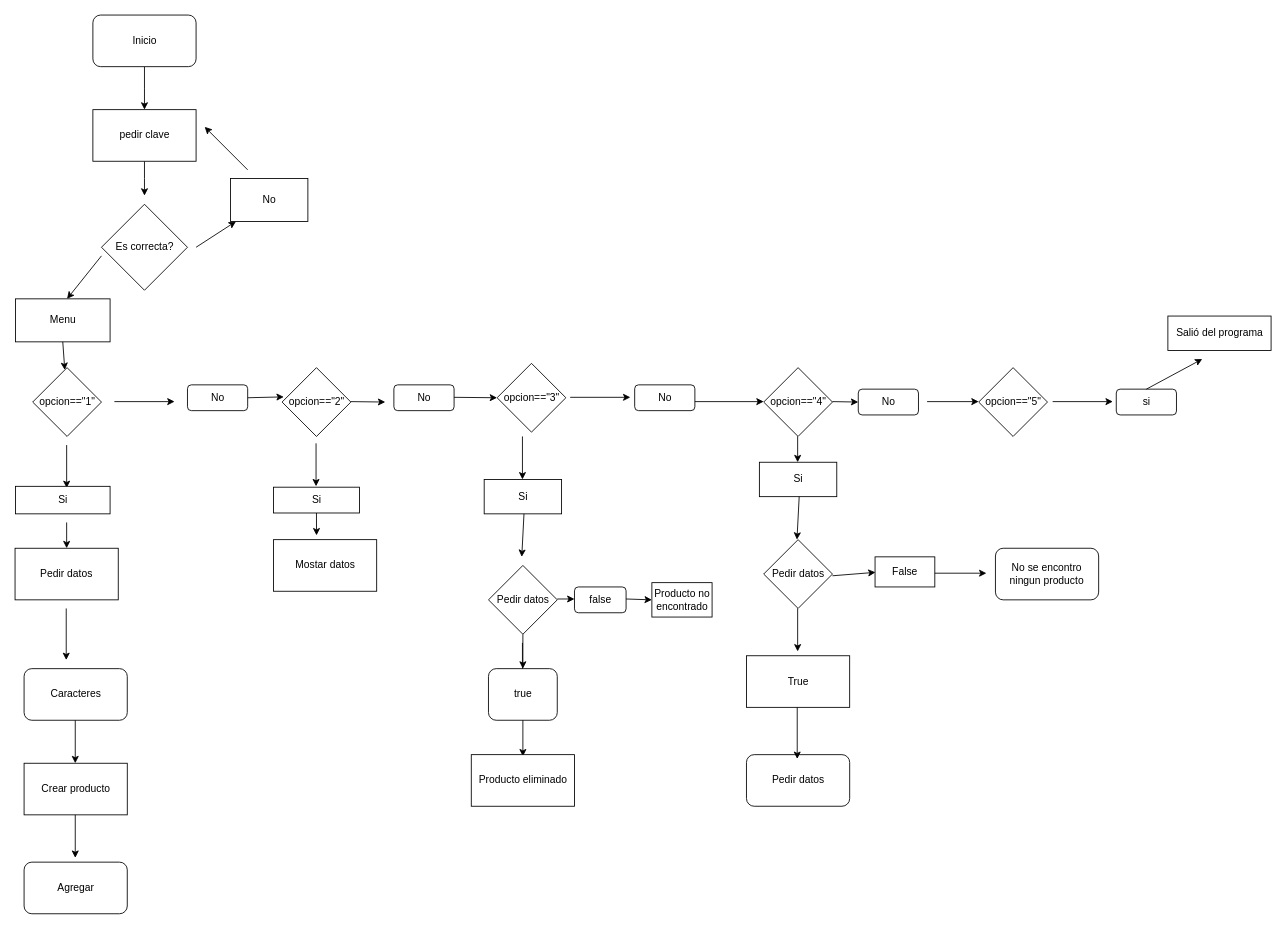
This is Diagrama sin título.drawio from kevinld93/tp, a draw.io file, before an edit. Source tidied: cells renumbered, new cells numbered last; positions are measured from the earlier drawing's top-left corner, leaving out a move shared by most shapes. Both pictures are drawn from the tidied source at 86%, with x=0, y=0 at pixel (15, 15).
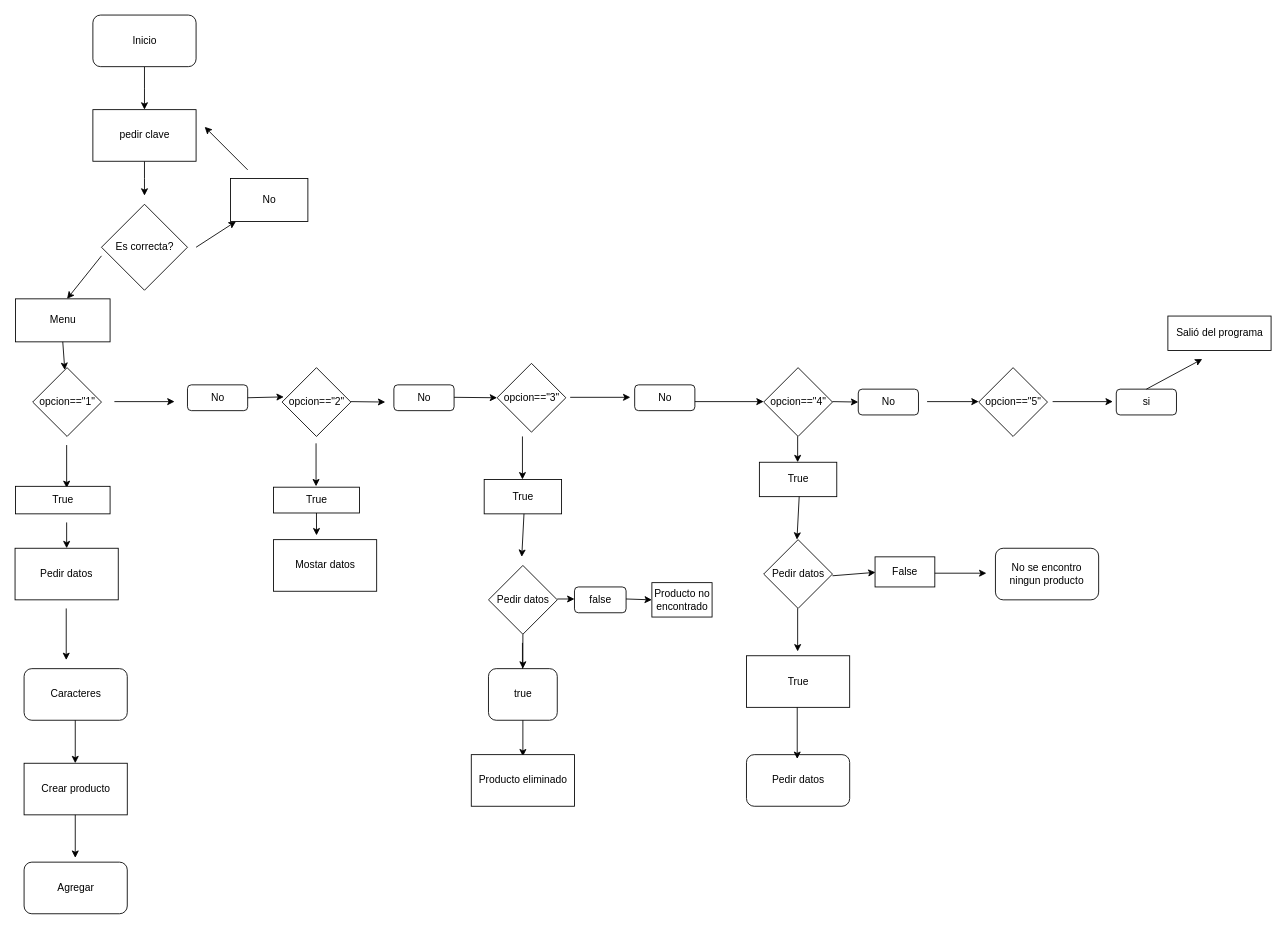
After the change.

Diff of the diagram source:
```diff
@@
-    <mxCell id="33" value="Si" style="rounded=0;whiteSpace=wrap;html=1;" parent="1" vertex="1">
+    <mxCell id="33" value="True" style="rounded=0;whiteSpace=wrap;html=1;" parent="1" vertex="1">
       <mxGeometry x="0.5" y="548" width="110" height="32" as="geometry" />
     </mxCell>
@@
-    <mxCell id="43" value="Si" style="rounded=0;whiteSpace=wrap;html=1;" parent="1" vertex="1">
+    <mxCell id="43" value="True" style="rounded=0;whiteSpace=wrap;html=1;" parent="1" vertex="1">
       <mxGeometry x="300.5" y="549" width="100" height="30" as="geometry" />
     </mxCell>
@@
-    <mxCell id="47" value="Si" style="rounded=0;whiteSpace=wrap;html=1;" parent="1" vertex="1">
+    <mxCell id="47" value="True" style="rounded=0;whiteSpace=wrap;html=1;" parent="1" vertex="1">
       <mxGeometry x="545.5" y="540" width="90" height="40" as="geometry" />
     </mxCell>
@@
-    <mxCell id="54" value="Si" style="rounded=0;whiteSpace=wrap;html=1;" parent="1" vertex="1">
+    <mxCell id="54" value="True" style="rounded=0;whiteSpace=wrap;html=1;" parent="1" vertex="1">
       <mxGeometry x="865.5" y="520" width="90" height="40" as="geometry" />
     </mxCell>
```
